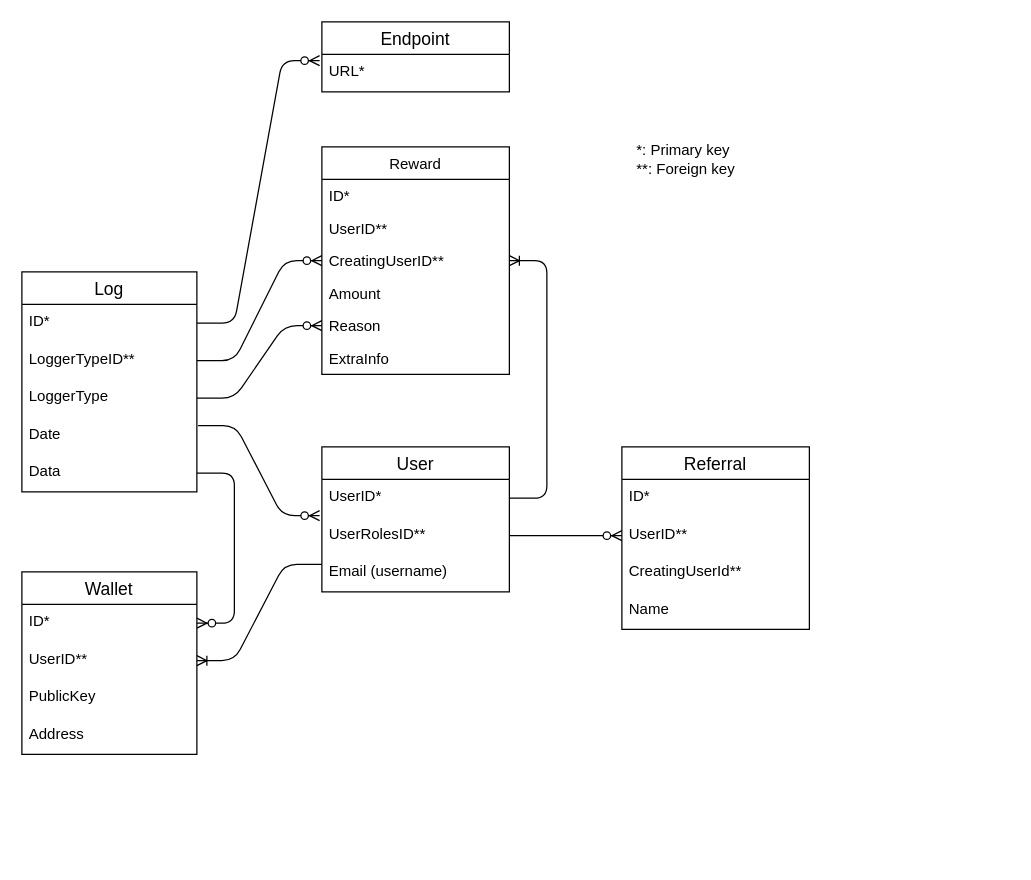
Before: docs/images/dbase.drawio in minima-global/incentivecash, a draw.io diagram. Source tidied: cells renumbered, new cells numbered last; positions are measured from the earlier drawing's top-left corner, leaving out a move shared by most shapes. Both pictures are drawn from the tidied source at 125%, with x=0, y=0 at pixel (21, 21).
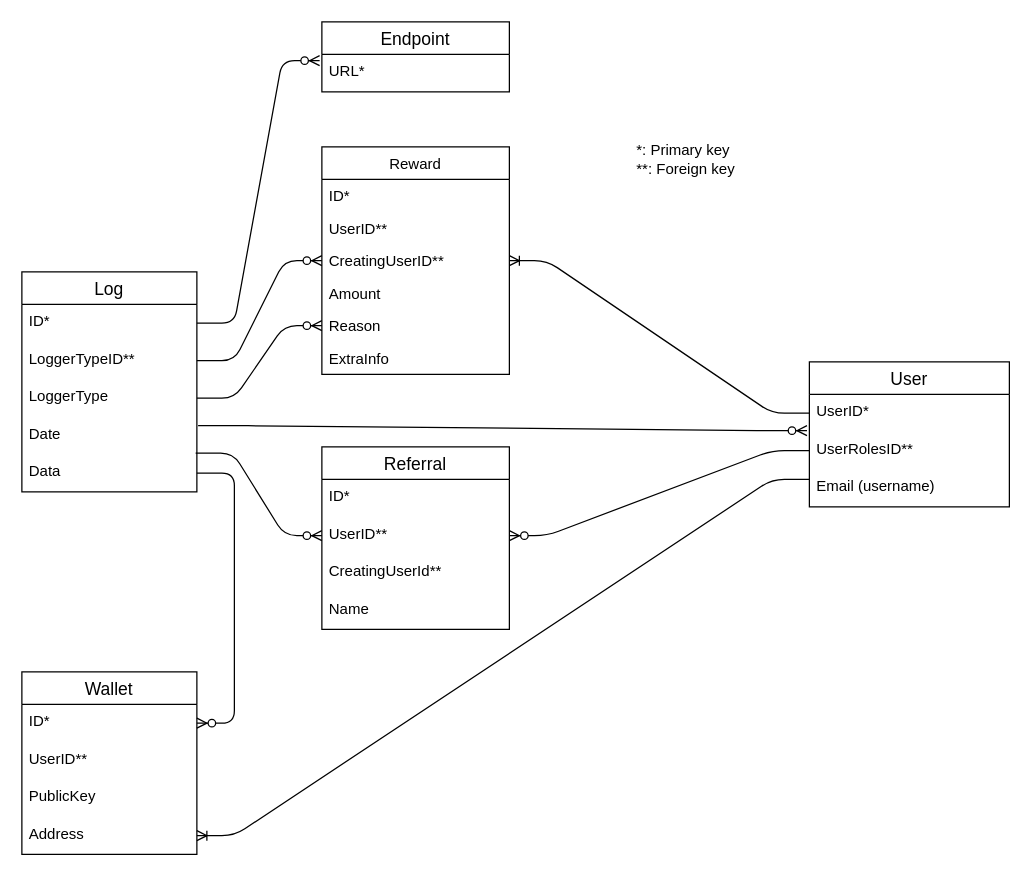
The same diagram, later.

Commit message (it also covers changes not shown here):
dbase redesign

Unchanged cells that the change refers to:
```xml
<mxCell id="15" value="UserID**" style="text;strokeColor=none;fillColor=none;spacingLeft=4;spacingRight=4;overflow=hidden;points=[[0,0.5],[1,0.5]];portConstraint=eastwest;fontSize=12;" parent="13" vertex="1">
  <mxGeometry y="56" width="150" height="30" as="geometry" />
</mxCell>
<mxCell id="23" value="UserID**" style="text;strokeColor=none;fillColor=none;spacingLeft=4;spacingRight=4;overflow=hidden;points=[[0,0.5],[1,0.5]];portConstraint=eastwest;fontSize=12;" parent="21" vertex="1">
  <mxGeometry y="56" width="140" height="30" as="geometry" />
</mxCell>
<mxCell id="25" value="Address" style="text;strokeColor=none;fillColor=none;spacingLeft=4;spacingRight=4;overflow=hidden;points=[[0,0.5],[1,0.5]];portConstraint=eastwest;fontSize=12;" parent="21" vertex="1">
  <mxGeometry y="116" width="140" height="30" as="geometry" />
</mxCell>
<mxCell id="32" value="Date" style="text;strokeColor=none;fillColor=none;spacingLeft=4;spacingRight=4;overflow=hidden;points=[[0,0.5],[1,0.5]];portConstraint=eastwest;fontSize=12;" parent="28" vertex="1">
  <mxGeometry y="116" width="140" height="30" as="geometry" />
</mxCell>
```

Diff of the diagram source:
```diff
@@
     <mxCell id="2" value="User" style="swimlane;fontStyle=0;horizontal=1;startSize=26;align=center;fontSize=14;" parent="1" vertex="1">
-      <mxGeometry x="240" y="340" width="150" height="116" as="geometry" />
+      <mxGeometry x="630" y="272" width="160" height="116" as="geometry" />
     </mxCell>
     <mxCell id="3" value="UserID*" style="text;strokeColor=none;fillColor=none;spacingLeft=4;spacingRight=4;overflow=hidden;points=[[0,0.5],[1,0.5]];portConstraint=eastwest;fontSize=12;" parent="2" vertex="1">
-      <mxGeometry y="26" width="150" height="30" as="geometry" />
+      <mxGeometry y="26" width="160" height="30" as="geometry" />
     </mxCell>
     <mxCell id="4" value="UserRolesID**" style="text;strokeColor=none;fillColor=none;spacingLeft=4;spacingRight=4;overflow=hidden;points=[[0,0.5],[1,0.5]];portConstraint=eastwest;fontSize=12;" parent="2" vertex="1">
-      <mxGeometry y="56" width="150" height="30" as="geometry" />
+      <mxGeometry y="56" width="160" height="30" as="geometry" />
     </mxCell>
     <mxCell id="5" value="Email (username)" style="text;strokeColor=none;fillColor=none;spacingLeft=4;spacingRight=4;overflow=hidden;points=[[0,0.5],[1,0.5]];portConstraint=eastwest;fontSize=12;" parent="2" vertex="1">
-      <mxGeometry y="86" width="150" height="30" as="geometry" />
+      <mxGeometry y="86" width="160" height="30" as="geometry" />
     </mxCell>
@@
     <mxCell id="13" value="Referral" style="swimlane;fontStyle=0;horizontal=1;startSize=26;align=center;fontSize=14;" parent="1" vertex="1">
-      <mxGeometry x="480" y="340" width="150" height="146" as="geometry" />
+      <mxGeometry x="240" y="340" width="150" height="146" as="geometry" />
     </mxCell>
@@
-    <mxCell id="18" style="edgeStyle=entityRelationEdgeStyle;fontSize=12;html=1;endArrow=ERzeroToMany;endFill=1;" parent="1" edge="1" target="15">
-      <mxGeometry relative="1" as="geometry">
-        <mxPoint x="390" y="411" as="sourcePoint" />
-      </mxGeometry>
+    <mxCell id="18" style="edgeStyle=entityRelationEdgeStyle;fontSize=12;html=1;endArrow=ERzeroToMany;endFill=1;exitX=0;exitY=0.5;exitDx=0;exitDy=0;" parent="1" edge="1" source="4" target="15">
+      <mxGeometry relative="1" as="geometry" />
     </mxCell>
@@
     <mxCell id="21" value="Wallet" style="swimlane;fontStyle=0;horizontal=1;startSize=26;align=center;fontSize=14;" parent="1" vertex="1">
-      <mxGeometry y="440" width="140" height="146" as="geometry" />
+      <mxGeometry y="520" width="140" height="146" as="geometry" />
     </mxCell>
@@
-    <mxCell id="27" style="edgeStyle=entityRelationEdgeStyle;fontSize=12;html=1;endArrow=ERoneToMany;exitX=0;exitY=0.267;exitDx=0;exitDy=0;exitPerimeter=0;" parent="1" edge="1" source="5" target="23">
+    <mxCell id="27" style="edgeStyle=entityRelationEdgeStyle;fontSize=12;html=1;endArrow=ERoneToMany;exitX=0;exitY=0.267;exitDx=0;exitDy=0;exitPerimeter=0;entryX=1;entryY=0.5;entryDx=0;entryDy=0;" parent="1" edge="1" source="5" target="25">
       <mxGeometry relative="1" as="geometry" />
     </mxCell>
@@
+    <mxCell id="42" style="edgeStyle=entityRelationEdgeStyle;fontSize=12;html=1;endArrow=ERzeroToMany;endFill=1;exitX=0.993;exitY=0.967;exitDx=0;exitDy=0;exitPerimeter=0;" parent="1" edge="1" source="32" target="15">
+      <mxGeometry relative="1" as="geometry" />
+    </mxCell>
```
